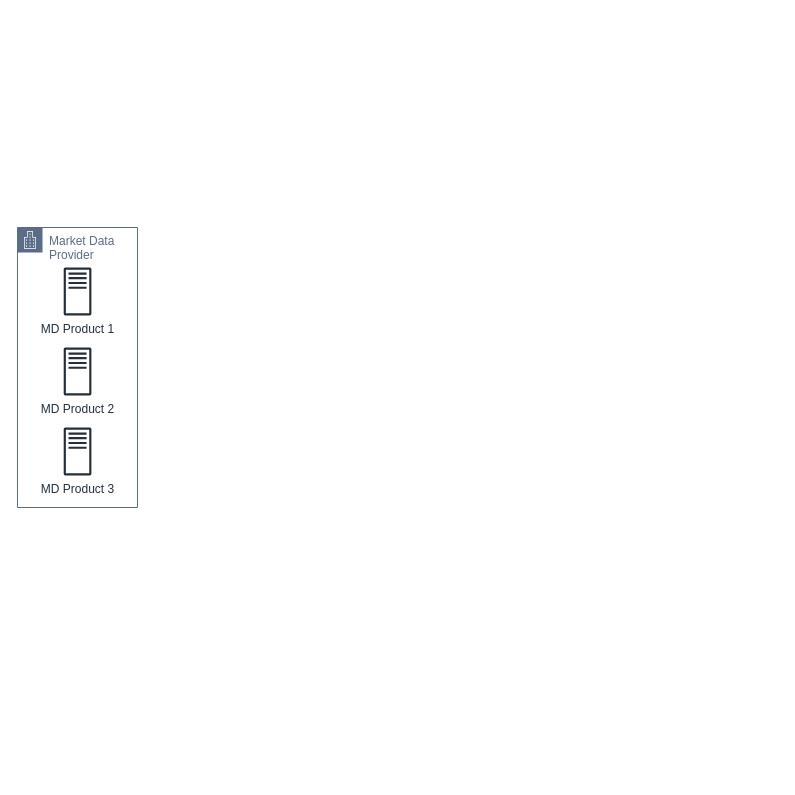
The draw.io diagram OpenBanking.drawio in zenithlawyw/diagrams, before the edit. Source tidied: cells renumbered, new cells numbered last; positions are measured from the earlier drawing's top-left corner, leaving out a move shared by most shapes. Both pictures are drawn from the tidied source at 100%, with x=0, y=0 at pixel (17, 227).
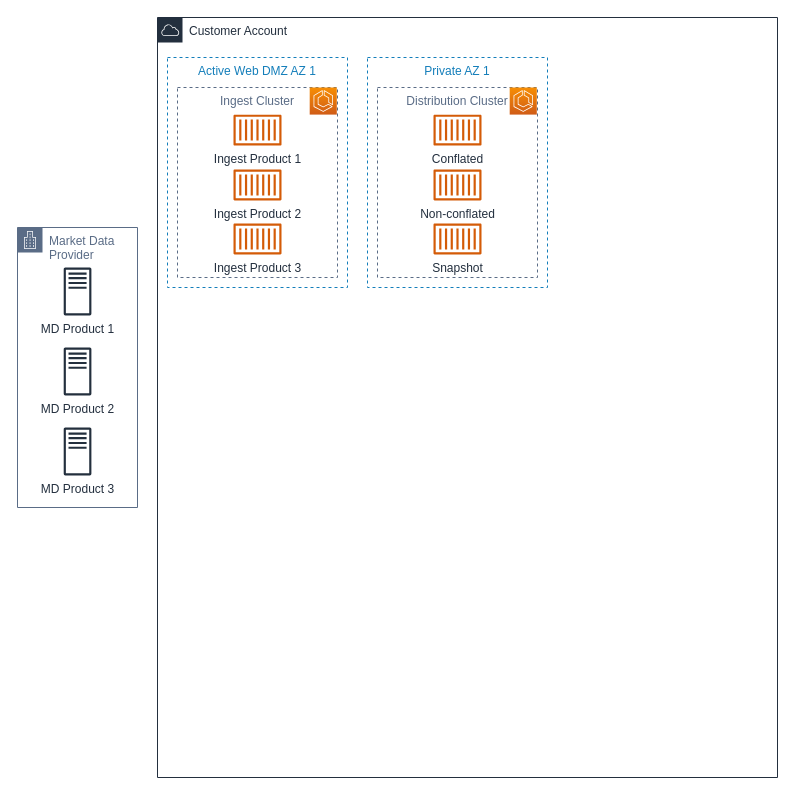
After the change.

Diff of the diagram source:
```diff
@@
+    <mxCell id="6" value="Customer Account" style="gradientColor=none;html=1;whiteSpace=wrap;fontSize=12;fontStyle=0;shape=mxgraph.aws4.group;grIcon=mxgraph.aws4.group_aws_cloud;strokeColor=#232F3E;fillColor=none;verticalAlign=top;align=left;spacingLeft=30;fontColor=#232F3E;dashed=0;" parent="1" vertex="1">
+      <mxGeometry x="140" y="-210" width="620" height="760" as="geometry" />
+    </mxCell>
+    <mxCell id="7" style="group;" parent="6" vertex="1">
+      <mxGeometry x="210" y="40" width="180" height="230" as="geometry" />
+    </mxCell>
+    <mxCell id="8" style="group;" parent="7" vertex="1">
+      <mxGeometry width="180" height="230" as="geometry" />
+    </mxCell>
+    <mxCell id="9" value="Private AZ 1" style="fillColor=none;strokeColor=#147EBA;dashed=1;verticalAlign=top;fontStyle=0;fontColor=#147EBA;" parent="8" vertex="1">
+      <mxGeometry width="180" height="230" as="geometry" />
+    </mxCell>
+    <mxCell id="10" style="group;" parent="8" vertex="1">
+      <mxGeometry x="10" y="30" width="160" height="190" as="geometry" />
+    </mxCell>
+    <mxCell id="11" value="Distribution Cluster" style="fillColor=none;strokeColor=#5A6C86;dashed=1;verticalAlign=top;fontStyle=0;fontColor=#5A6C86;" parent="10" vertex="1">
+      <mxGeometry width="160" height="190" as="geometry" />
+    </mxCell>
+    <mxCell id="12" style="sketch=0;fontColor=#232F3E;gradientColor=#F78E04;gradientDirection=north;fillColor=#D05C17;strokeColor=#ffffff;dashed=0;verticalLabelPosition=bottom;verticalAlign=top;align=center;html=1;fontSize=12;fontStyle=0;shape=mxgraph.aws4.resourceIcon;resIcon=mxgraph.aws4.ecs;" parent="10" vertex="1">
+      <mxGeometry x="132.2" width="27.1" height="27.1" as="geometry" />
+    </mxCell>
+    <mxCell id="13" value="Conflated" style="sketch=0;fontColor=#232F3E;gradientColor=none;fillColor=#D45B07;strokeColor=none;dashed=0;verticalLabelPosition=bottom;verticalAlign=top;align=center;html=1;fontSize=12;fontStyle=0;shape=mxgraph.aws4.container_1;" parent="10" vertex="1">
+      <mxGeometry x="56" y="27.1" width="48" height="31" as="geometry" />
+    </mxCell>
+    <mxCell id="14" value="Non-conflated" style="sketch=0;fontColor=#232F3E;gradientColor=none;fillColor=#D45B07;strokeColor=none;dashed=0;verticalLabelPosition=bottom;verticalAlign=top;align=center;html=1;fontSize=12;fontStyle=0;shape=mxgraph.aws4.container_1;" parent="10" vertex="1">
+      <mxGeometry x="56" y="82" width="48" height="31" as="geometry" />
+    </mxCell>
+    <mxCell id="15" value="Snapshot" style="sketch=0;fontColor=#232F3E;gradientColor=none;fillColor=#D45B07;strokeColor=none;dashed=0;verticalLabelPosition=bottom;verticalAlign=top;align=center;html=1;fontSize=12;fontStyle=0;shape=mxgraph.aws4.container_1;" parent="10" vertex="1">
+      <mxGeometry x="56" y="136" width="48" height="31" as="geometry" />
+    </mxCell>
+    <mxCell id="16" style="group;" parent="1" vertex="1">
+      <mxGeometry x="150" y="-170" width="180" height="230" as="geometry" />
+    </mxCell>
+    <mxCell id="17" style="group;" parent="16" vertex="1">
+      <mxGeometry width="180" height="230" as="geometry" />
+    </mxCell>
+    <mxCell id="18" value="Active Web DMZ AZ 1" style="fillColor=none;strokeColor=#147EBA;dashed=1;verticalAlign=top;fontStyle=0;fontColor=#147EBA;" parent="17" vertex="1">
+      <mxGeometry width="180" height="230" as="geometry" />
+    </mxCell>
+    <mxCell id="19" style="group;" parent="17" vertex="1">
+      <mxGeometry x="10" y="30" width="160" height="190" as="geometry" />
+    </mxCell>
+    <mxCell id="20" value="Ingest Cluster" style="fillColor=none;strokeColor=#5A6C86;dashed=1;verticalAlign=top;fontStyle=0;fontColor=#5A6C86;" parent="19" vertex="1">
+      <mxGeometry width="160" height="190" as="geometry" />
+    </mxCell>
+    <mxCell id="21" style="sketch=0;fontColor=#232F3E;gradientColor=#F78E04;gradientDirection=north;fillColor=#D05C17;strokeColor=#ffffff;dashed=0;verticalLabelPosition=bottom;verticalAlign=top;align=center;html=1;fontSize=12;fontStyle=0;shape=mxgraph.aws4.resourceIcon;resIcon=mxgraph.aws4.ecs;" parent="19" vertex="1">
+      <mxGeometry x="132.2" width="27.1" height="27.1" as="geometry" />
+    </mxCell>
+    <mxCell id="22" value="Ingest Product 1" style="sketch=0;fontColor=#232F3E;gradientColor=none;fillColor=#D45B07;strokeColor=none;dashed=0;verticalLabelPosition=bottom;verticalAlign=top;align=center;html=1;fontSize=12;fontStyle=0;shape=mxgraph.aws4.container_1;" parent="19" vertex="1">
+      <mxGeometry x="56" y="27.1" width="48" height="31" as="geometry" />
+    </mxCell>
+    <mxCell id="23" value="Ingest Product 2" style="sketch=0;fontColor=#232F3E;gradientColor=none;fillColor=#D45B07;strokeColor=none;dashed=0;verticalLabelPosition=bottom;verticalAlign=top;align=center;html=1;fontSize=12;fontStyle=0;shape=mxgraph.aws4.container_1;" parent="19" vertex="1">
+      <mxGeometry x="56" y="82" width="48" height="31" as="geometry" />
+    </mxCell>
+    <mxCell id="24" value="Ingest Product 3" style="sketch=0;fontColor=#232F3E;gradientColor=none;fillColor=#D45B07;strokeColor=none;dashed=0;verticalLabelPosition=bottom;verticalAlign=top;align=center;html=1;fontSize=12;fontStyle=0;shape=mxgraph.aws4.container_1;" parent="19" vertex="1">
+      <mxGeometry x="56" y="136" width="48" height="31" as="geometry" />
+    </mxCell>
```
